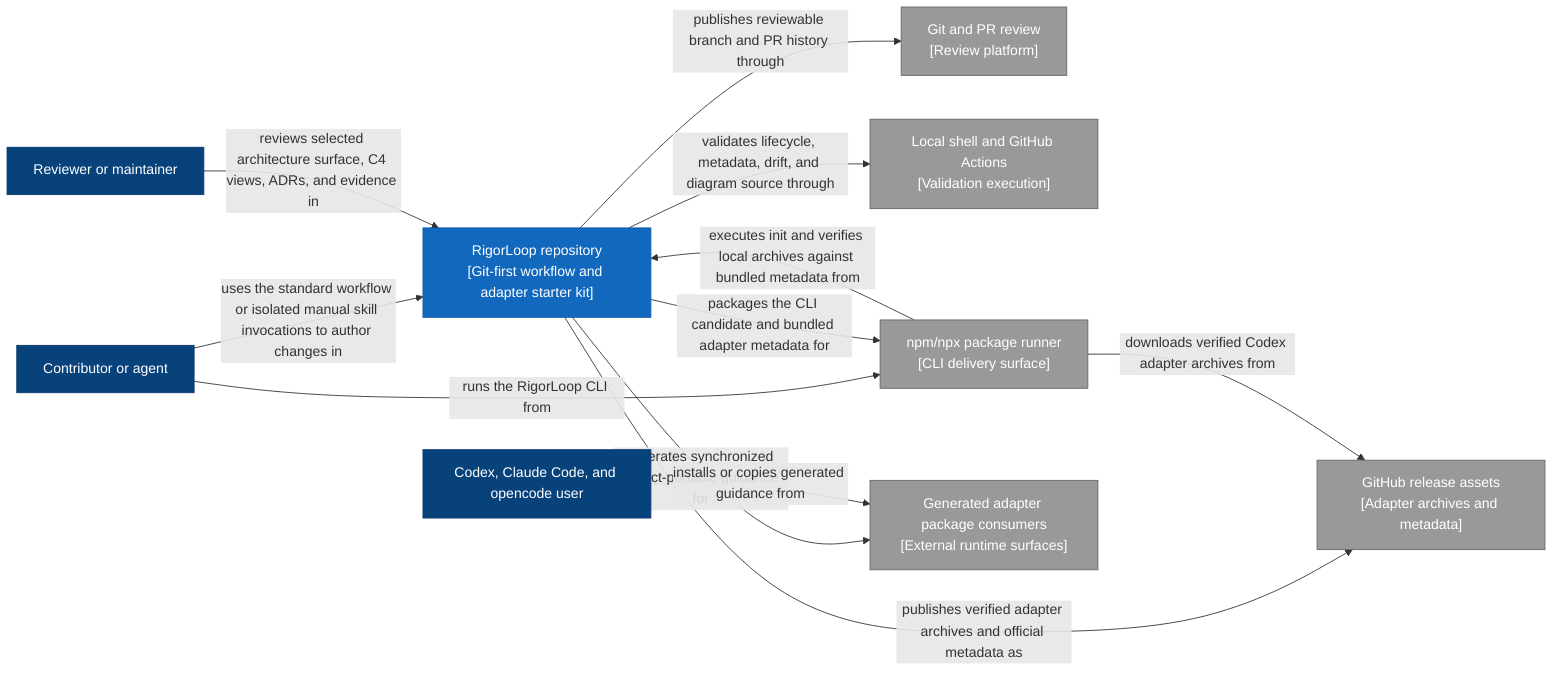
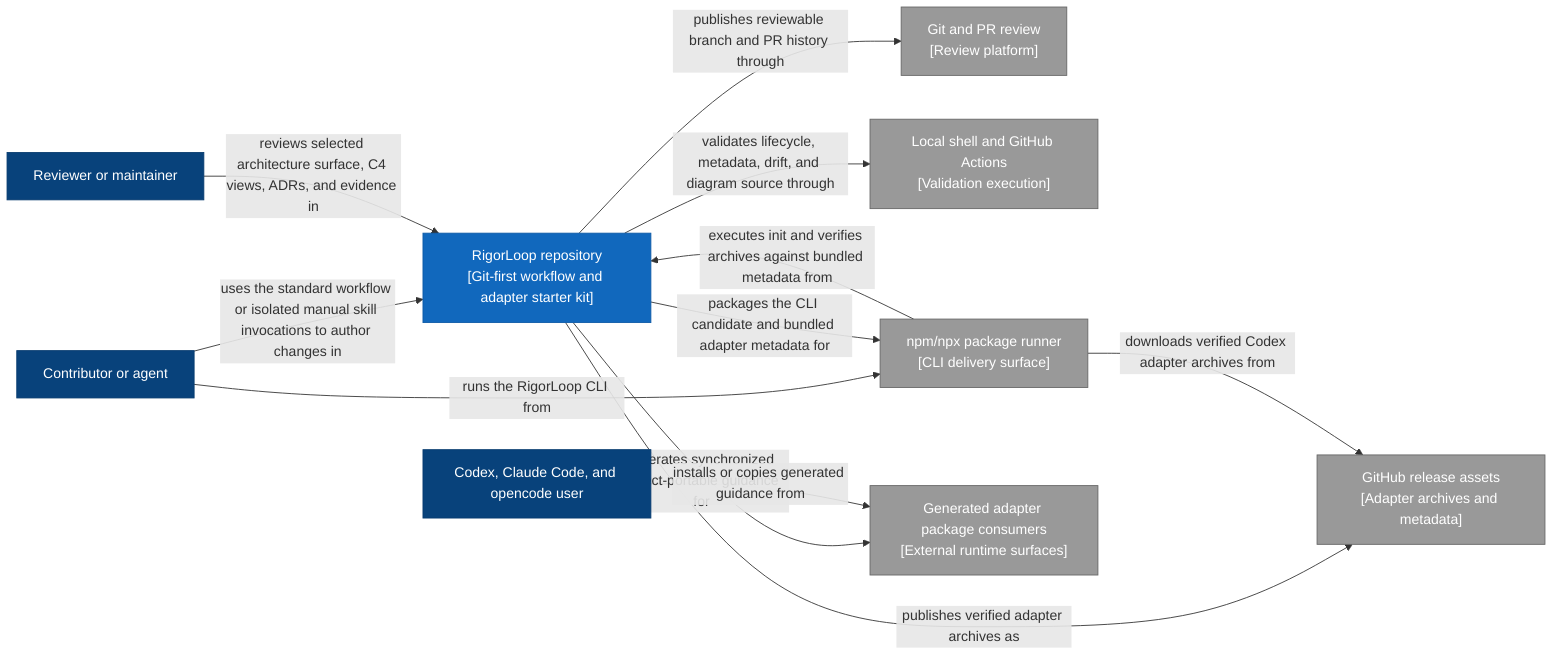
flowchart LR
  contributor["Contributor or agent"]:::person
  reviewer["Reviewer or maintainer"]:::person
  adapter_user["Codex, Claude Code, and opencode user"]:::person
  repo["RigorLoop repository<br/>[Git-first workflow and adapter starter kit]"]:::system
  git["Git and PR review<br/>[Review platform]"]:::external
  execution["Local shell and GitHub Actions<br/>[Validation execution]"]:::external
  package_runner["npm/npx package runner<br/>[CLI delivery surface]"]:::external
  package_surface["Generated adapter package consumers<br/>[External runtime surfaces]"]:::external
  release_assets["GitHub release assets<br/>[Adapter archives and metadata]"]:::external

  contributor -->|uses the standard workflow or isolated manual skill invocations to author changes in| repo
  contributor -->|runs the RigorLoop CLI from| package_runner
  reviewer -->|reviews selected architecture surface, C4 views, ADRs, and evidence in| repo
  repo -->|publishes reviewable branch and PR history through| git
  repo -->|validates lifecycle, metadata, drift, and diagram source through| execution
  repo -->|packages the CLI candidate and bundled adapter metadata for| package_runner
-   repo -->|publishes verified adapter archives and official metadata as| release_assets
+   repo -->|publishes verified adapter archives as| release_assets
  repo -->|generates synchronized project-portable guidance for| package_surface
-   package_runner -->|executes init and verifies local archives against bundled metadata from| repo
+   package_runner -->|executes init and verifies archives against bundled metadata from| repo
  package_runner -->|downloads verified Codex adapter archives from| release_assets
  adapter_user -->|installs or copies generated guidance from| package_surface

  classDef person fill:#08427b,stroke:#073b6f,color:#fff
  classDef system fill:#1168bd,stroke:#0e5aa7,color:#fff
  classDef external fill:#999,stroke:#666,color:#fff
  classDef container fill:#438dd5,stroke:#3c7fc0,color:#fff
